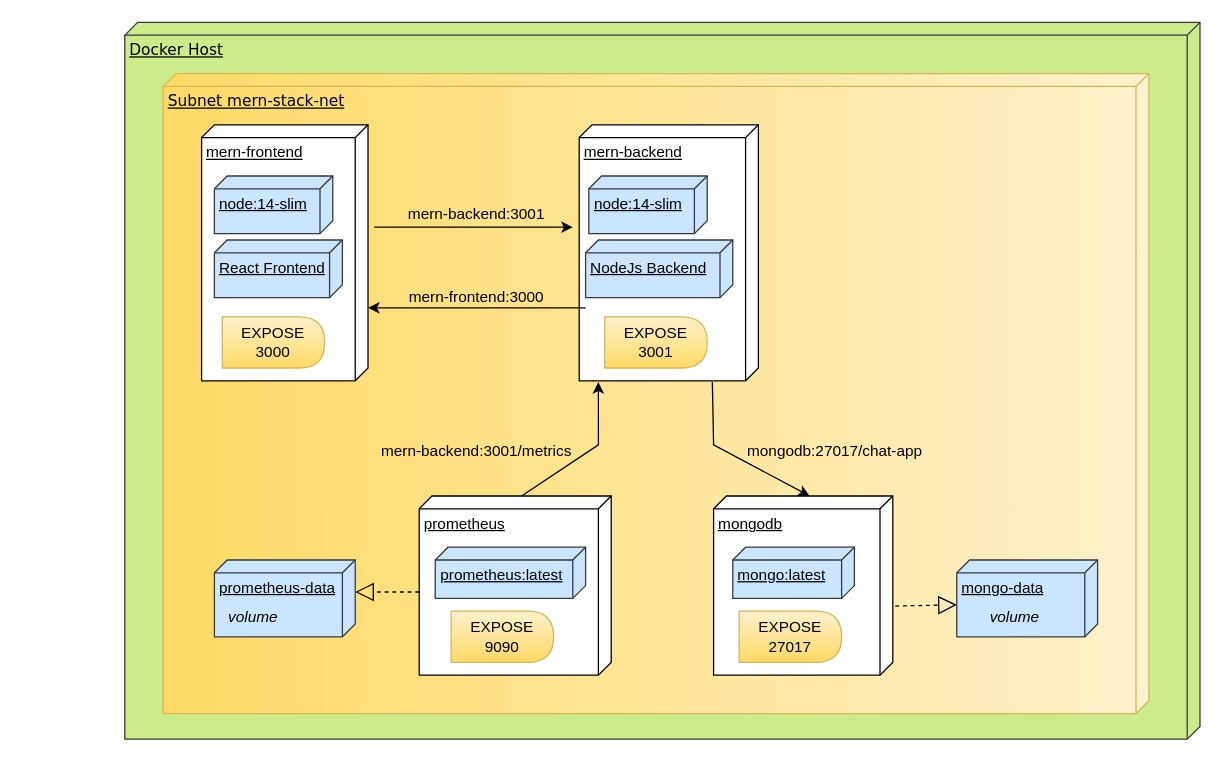
Earlier version of the draw.io diagram UML Diagramme/Unbenanntes Diagramm.drawio (PriXss/UMLDiagramme). Source tidied: cells renumbered, new cells numbered last; positions are measured from the earlier drawing's top-left corner, leaving out a move shared by most shapes. Both pictures are drawn from the tidied source at 128%, with x=0, y=0 at pixel (124, 22).
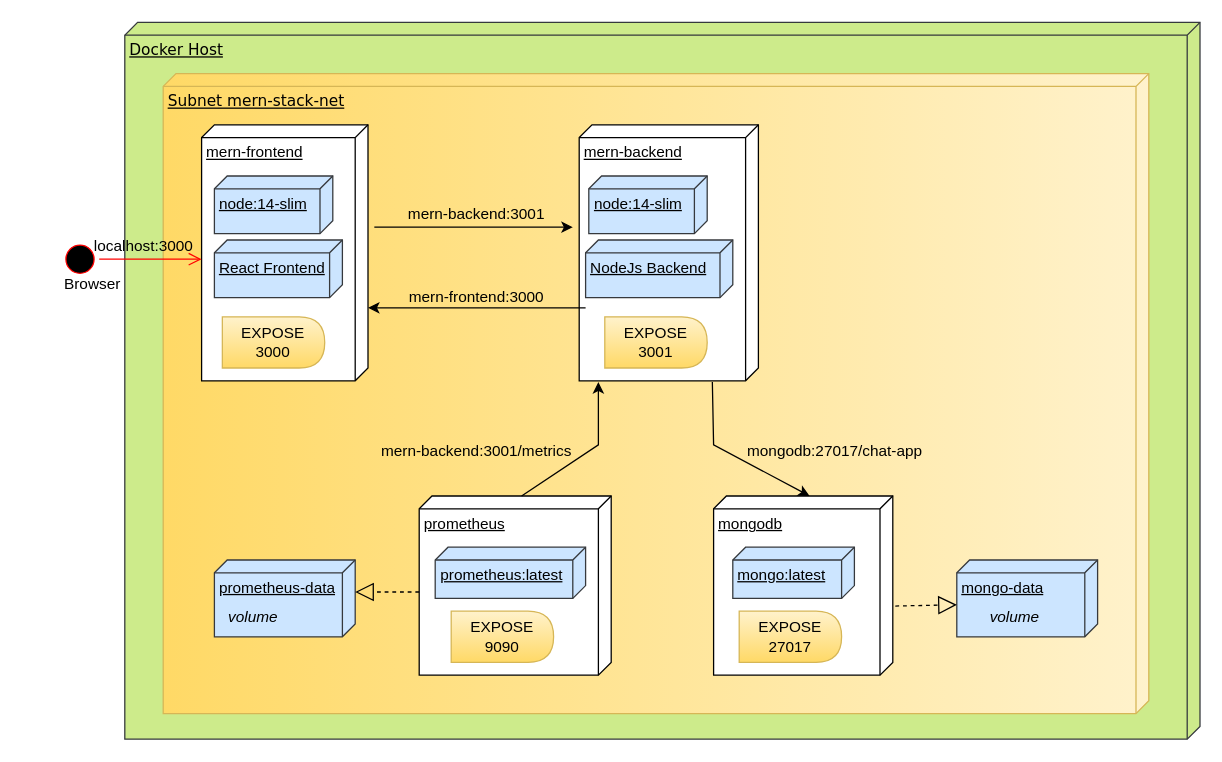
After the change.

The change refers to these unchanged cells:
```xml
<mxCell id="7" value="mern-frontend&lt;br&gt;" style="verticalAlign=top;align=left;spacingTop=8;spacingLeft=2;spacingRight=12;shape=cube;size=10;direction=south;fontStyle=4;html=1;" parent="1" vertex="1">
  <mxGeometry x="60" y="80" width="130" height="200" as="geometry" />
</mxCell>
```

Change to the diagram source:
```diff
@@
+    <mxCell id="32" style="ellipse;html=1;shape=startState;fillColor=#000000;strokeColor=#ff0000;" parent="1" vertex="1">
+      <mxGeometry x="-50" y="170" width="30" height="30" as="geometry" />
+    </mxCell>
+    <mxCell id="33" style="edgeStyle=orthogonalEdgeStyle;html=1;verticalAlign=bottom;endArrow=open;endSize=8;strokeColor=#ff0000;rounded=0;entryX=0;entryY=0;entryDx=105;entryDy=130;entryPerimeter=0;" parent="1" edge="1" source="32" target="7">
+      <mxGeometry relative="1" as="geometry">
+        <Array as="points">
+          <mxPoint y="185" />
+          <mxPoint y="185" />
+        </Array>
+      </mxGeometry>
+    </mxCell>
+    <mxCell id="34" value="localhost:3000" style="text;html=1;strokeColor=none;fillColor=none;align=center;verticalAlign=middle;whiteSpace=wrap;rounded=0;" parent="1" vertex="1">
+      <mxGeometry x="-40" y="160" width="110" height="30" as="geometry" />
+    </mxCell>
+    <mxCell id="35" value="Browser" style="text;html=1;strokeColor=none;fillColor=none;align=center;verticalAlign=middle;whiteSpace=wrap;rounded=0;" parent="1" vertex="1">
+      <mxGeometry x="-80" y="190" width="110" height="30" as="geometry" />
+    </mxCell>
```
